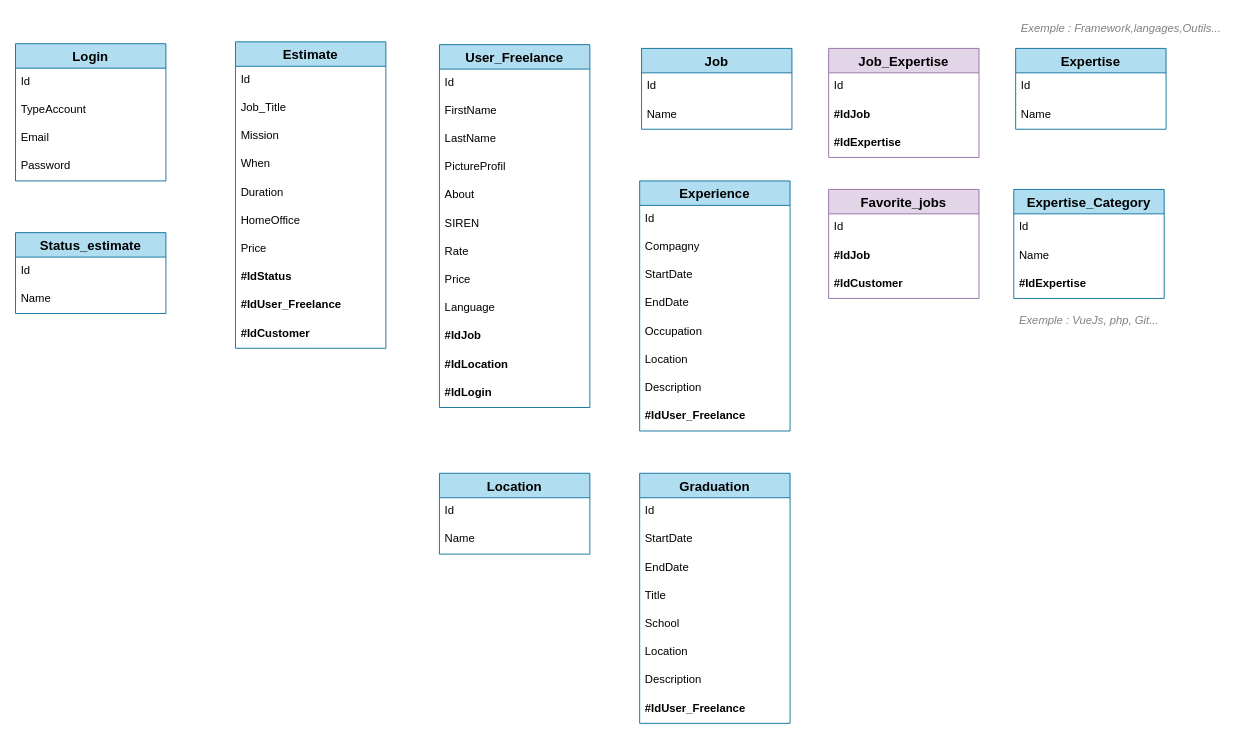
Before: page "MLD" (2 of 2) of Mcd_Mld.drawio in Nyaraa-2/take_off_bdd, a draw.io diagram. Source tidied: cells renumbered, new cells numbered last; positions are measured from the earlier drawing's top-left corner, leaving out a move shared by most shapes. Both pictures are drawn from the tidied source at 94%, with x=0, y=0 at pixel (15, 15).
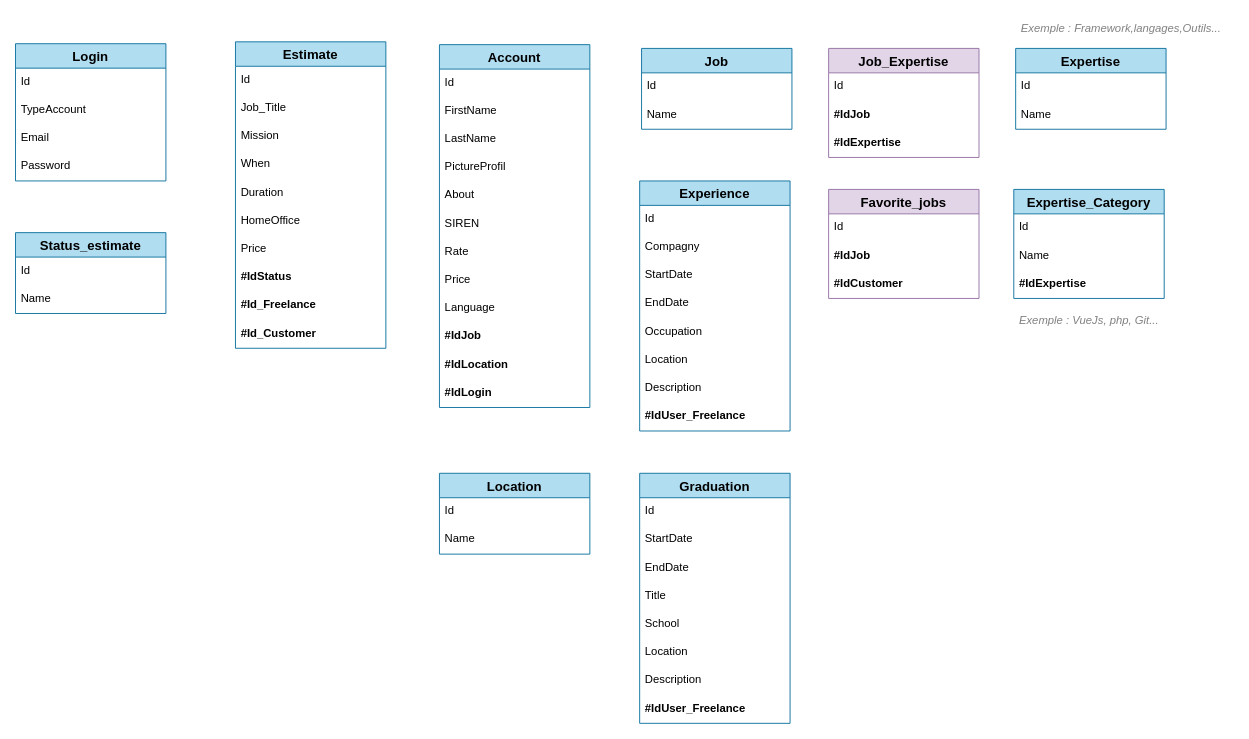
The same page after the edit.

Commit message:
updated : mcd mldf

Unchanged cells that the change refers to:
```xml
<mxCell id="41" value="Estimate" style="swimlane;fontStyle=1;horizontal=1;startSize=26;align=center;fontSize=14;fillColor=#b1ddf0;strokeColor=#10739e;" parent="1" vertex="1">
  <mxGeometry x="234" y="28" width="160" height="326" as="geometry" />
</mxCell>
```

Diff of the diagram source:
```diff
@@
-    <mxCell id="19" value="User_Freelance" style="swimlane;fontStyle=1;horizontal=1;startSize=26;align=center;fontSize=14;fillColor=#b1ddf0;strokeColor=#10739e;" parent="1" vertex="1">
+    <mxCell id="19" value="Account" style="swimlane;fontStyle=1;horizontal=1;startSize=26;align=center;fontSize=14;fillColor=#b1ddf0;strokeColor=#10739e;" parent="1" vertex="1">
       <mxGeometry x="451" y="31" width="160" height="386" as="geometry" />
     </mxCell>
@@
-    <mxCell id="50" value="#IdUser_Freelance" style="text;strokeColor=none;fillColor=none;spacingLeft=4;spacingRight=4;overflow=hidden;fontSize=12;fontStyle=1;" parent="41" vertex="1">
+    <mxCell id="50" value="#Id_Freelance" style="text;strokeColor=none;fillColor=none;spacingLeft=4;spacingRight=4;overflow=hidden;fontSize=12;fontStyle=1;" parent="41" vertex="1">
       <mxGeometry y="266" width="160" height="30" as="geometry" />
     </mxCell>
-    <mxCell id="51" value="#IdCustomer" style="text;strokeColor=none;fillColor=none;spacingLeft=4;spacingRight=4;overflow=hidden;fontSize=12;fontStyle=1;" parent="41" vertex="1">
+    <mxCell id="51" value="#Id_Customer" style="text;strokeColor=none;fillColor=none;spacingLeft=4;spacingRight=4;overflow=hidden;fontSize=12;fontStyle=1;" parent="41" vertex="1">
       <mxGeometry y="296" width="160" height="30" as="geometry" />
     </mxCell>
```
